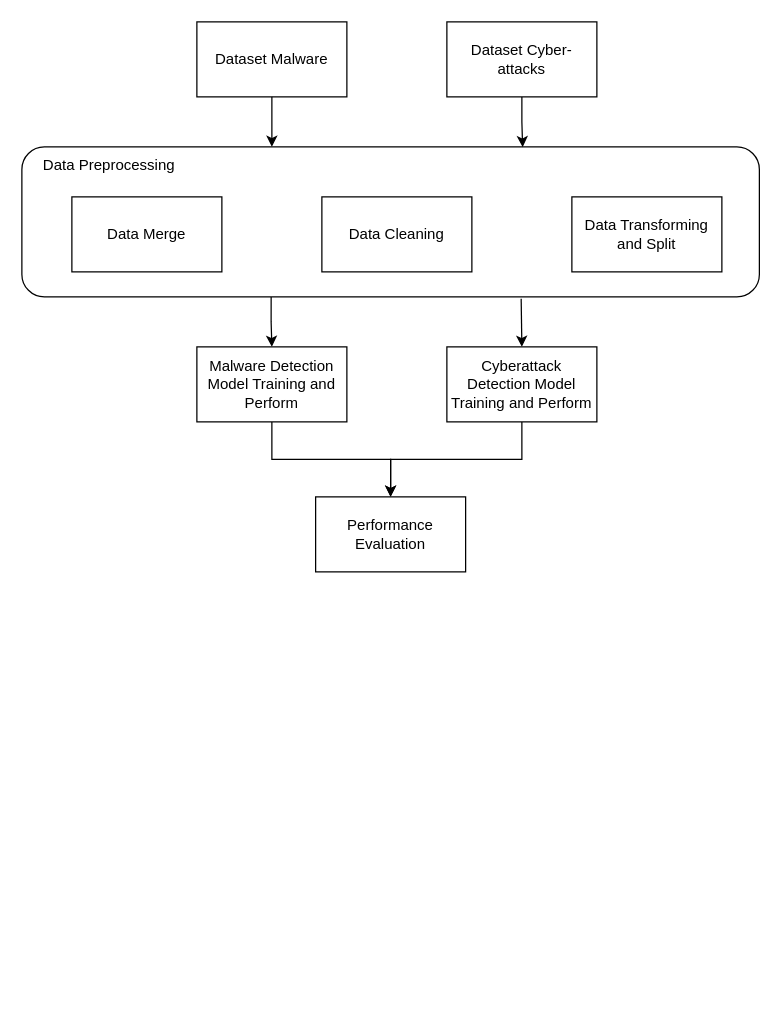
This is Untitled Diagram.drawio from yumilor/yumilor, a draw.io file, before an edit. Source tidied: cells renumbered, new cells numbered last; positions are measured from the earlier drawing's top-left corner, leaving out a move shared by most shapes. Both pictures are drawn from the tidied source at 125%, with x=0, y=0 at pixel (21, 21).
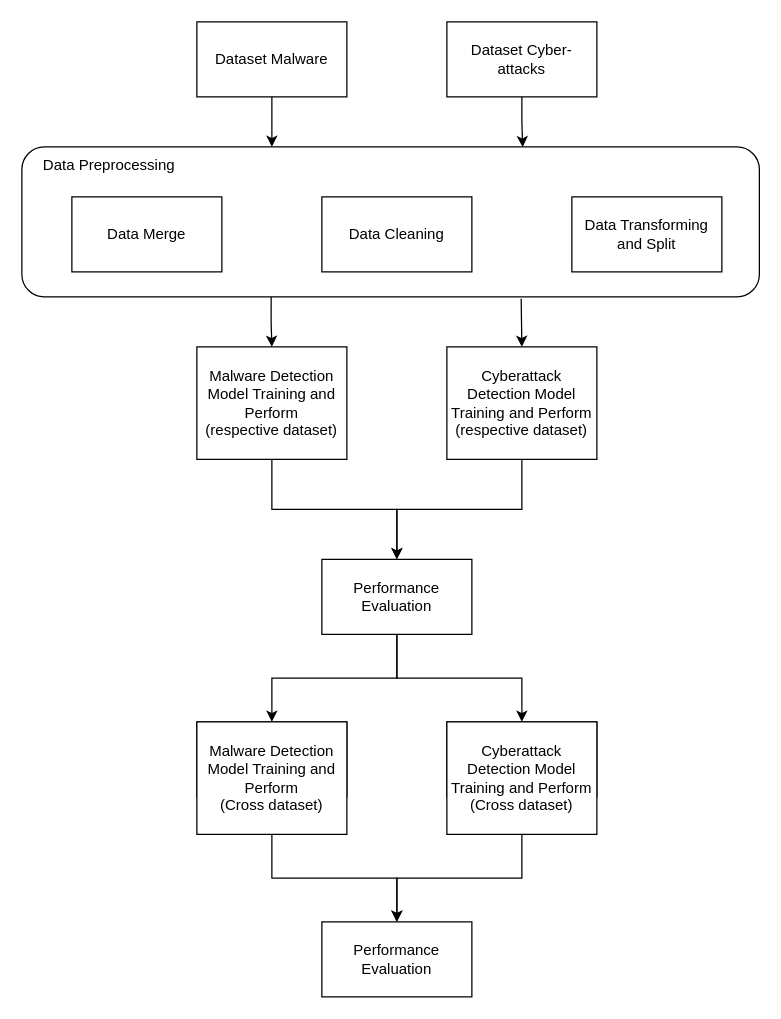
The same page after the edit.

Diff of the diagram source:
```diff
@@
-    <mxCell id="14" value="Malware Detection Model Training and Perform" style="rounded=0;whiteSpace=wrap;html=1;" parent="1" vertex="1">
-      <mxGeometry x="140" y="260" width="120" height="60" as="geometry" />
+    <mxCell id="14" value="&lt;div&gt;Malware Detection Model Training and Perform&lt;/div&gt;&lt;div&gt;(respective dataset)&lt;br&gt;&lt;/div&gt;" style="rounded=0;whiteSpace=wrap;html=1;" parent="1" vertex="1">
+      <mxGeometry x="140" y="260" width="120" height="90" as="geometry" />
     </mxCell>
@@
-    <mxCell id="16" value="Cyberattack Detection Model Training and Perform" style="whiteSpace=wrap;html=1;rounded=0;" parent="1" vertex="1">
-      <mxGeometry x="340" y="260" width="120" height="60" as="geometry" />
+    <mxCell id="16" value="&lt;div&gt;Cyberattack Detection Model Training and Perform&lt;/div&gt;&lt;div&gt;(respective dataset)&lt;/div&gt;" style="whiteSpace=wrap;html=1;rounded=0;" parent="1" vertex="1">
+      <mxGeometry x="340" y="260" width="120" height="90" as="geometry" />
     </mxCell>
+    <mxCell id="18" style="edgeStyle=orthogonalEdgeStyle;rounded=0;jettySize=auto;html=1;" parent="1" edge="1" source="17" target="20">
+      <mxGeometry relative="1" as="geometry" />
+    </mxCell>
+    <mxCell id="19" style="edgeStyle=orthogonalEdgeStyle;rounded=0;jettySize=auto;html=1;" parent="1" edge="1" source="17" target="21">
+      <mxGeometry relative="1" as="geometry" />
+    </mxCell>
     <mxCell id="17" value="Performance Evaluation" style="rounded=0;whiteSpace=wrap;html=1;" parent="1" vertex="1">
-      <mxGeometry x="235" y="380" width="120" height="60" as="geometry" />
+      <mxGeometry x="240" y="430" width="120" height="60" as="geometry" />
     </mxCell>
+    <mxCell id="20" style="rounded=0;whiteSpace=wrap;html=1;" parent="1" vertex="1">
+      <mxGeometry x="140" y="560" width="120" height="60" as="geometry" />
+    </mxCell>
+    <mxCell id="21" style="whiteSpace=wrap;html=1;rounded=0;" parent="1" vertex="1">
+      <mxGeometry x="340" y="560" width="120" height="60" as="geometry" />
+    </mxCell>
+    <mxCell id="22" value="&lt;div&gt;Malware Detection Model Training and Perform&lt;/div&gt;&lt;div&gt;(Cross dataset)&lt;br&gt;&lt;/div&gt;" style="rounded=0;whiteSpace=wrap;html=1;" parent="1" vertex="1">
+      <mxGeometry x="140" y="560" width="120" height="90" as="geometry" />
+    </mxCell>
+    <mxCell id="23" value="&lt;div&gt;Cyberattack Detection Model Training and Perform&lt;/div&gt;&lt;div&gt;(Cross dataset)&lt;/div&gt;" style="whiteSpace=wrap;html=1;rounded=0;" parent="1" vertex="1">
+      <mxGeometry x="340" y="560" width="120" height="90" as="geometry" />
+    </mxCell>
+    <mxCell id="24" value="Performance Evaluation" style="rounded=0;whiteSpace=wrap;html=1;" parent="1" vertex="1">
+      <mxGeometry x="240" y="720" width="120" height="60" as="geometry" />
+    </mxCell>
+    <mxCell id="25" style="edgeStyle=orthogonalEdgeStyle;rounded=0;jettySize=auto;html=1;exitX=0.5;exitY=1;exitDx=0;exitDy=0;entryX=0.5;entryY=0;entryDx=0;entryDy=0;" parent="1" edge="1" source="22" target="24">
+      <mxGeometry relative="1" as="geometry" />
+    </mxCell>
+    <mxCell id="26" style="edgeStyle=orthogonalEdgeStyle;rounded=0;jettySize=auto;html=1;exitX=0.5;exitY=1;exitDx=0;exitDy=0;entryX=0.5;entryY=0;entryDx=0;entryDy=0;" parent="1" edge="1" source="23" target="24">
+      <mxGeometry relative="1" as="geometry" />
+    </mxCell>
```
